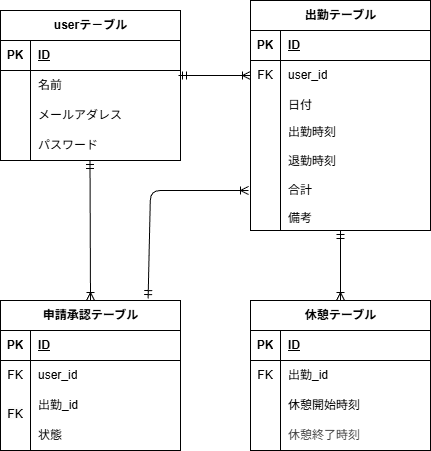
This is src/.drawio.png from mayu-ya/attendance-system, a draw.io export, as it was before one commit. Source tidied: cells renumbered, new cells last; positions are measured from the earlier drawing's top-left corner, leaving out a move shared by most shapes.
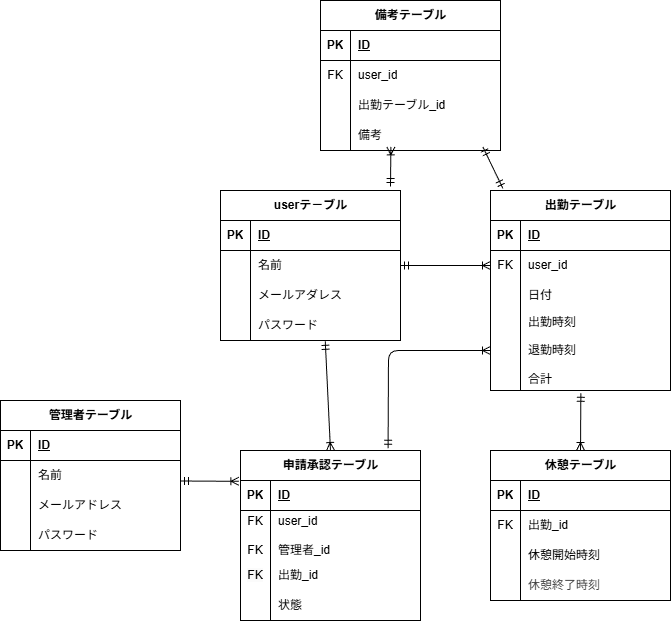
The same diagram one commit later.

Diff of the diagram source:
```diff
@@ -4,43 +4,4 @@
     <mxCell id="1" parent="0" />
-    <mxCell id="2" value="userテ－ブル" style="shape=table;startSize=30;rowLines=0;fontStyle=1;align=center;html=1;" parent="1" vertex="1">
-      <mxGeometry y="10" width="180" height="150" as="geometry" />
-    </mxCell>
-    <mxCell id="3" style="shape=tableRow;horizontal=0;startSize=0;swimlaneHead=0;swimlaneBody=0;fillColor=none;top=0;left=0;right=0;bottom=1;" parent="2" vertex="1">
-      <mxGeometry y="30" width="180" height="30" as="geometry" />
-    </mxCell>
-    <mxCell id="4" value="PK" style="shape=partialRectangle;fillColor=none;top=0;left=0;bottom=0;right=0;fontStyle=1;overflow=hidden;whiteSpace=wrap;html=1;" parent="3" vertex="1">
-      <mxGeometry width="30" height="30" as="geometry" />
-    </mxCell>
-    <mxCell id="5" value="ID" style="shape=partialRectangle;fillColor=none;top=0;left=0;bottom=0;right=0;align=left;spacingLeft=6;fontStyle=5;overflow=hidden;whiteSpace=wrap;html=1;" parent="3" vertex="1">
-      <mxGeometry x="30" width="150" height="30" as="geometry" />
-    </mxCell>
-    <mxCell id="6" style="shape=tableRow;horizontal=0;startSize=0;swimlaneHead=0;swimlaneBody=0;fillColor=none;top=0;left=0;right=0;bottom=0;" parent="2" vertex="1">
-      <mxGeometry y="60" width="180" height="30" as="geometry" />
-    </mxCell>
-    <mxCell id="7" style="shape=partialRectangle;fillColor=none;top=0;left=0;bottom=0;right=0;overflow=hidden;whiteSpace=wrap;html=1;" parent="6" vertex="1">
-      <mxGeometry width="30" height="30" as="geometry" />
-    </mxCell>
-    <mxCell id="8" value="名前" style="shape=partialRectangle;fillColor=none;top=0;left=0;bottom=0;right=0;align=left;spacingLeft=6;overflow=hidden;whiteSpace=wrap;html=1;" parent="6" vertex="1">
-      <mxGeometry x="30" width="150" height="30" as="geometry" />
-    </mxCell>
-    <mxCell id="9" style="shape=tableRow;horizontal=0;startSize=0;swimlaneHead=0;swimlaneBody=0;fillColor=none;top=0;left=0;right=0;bottom=0;" parent="2" vertex="1">
-      <mxGeometry y="90" width="180" height="30" as="geometry" />
-    </mxCell>
-    <mxCell id="10" style="shape=partialRectangle;fillColor=none;top=0;left=0;bottom=0;right=0;overflow=hidden;whiteSpace=wrap;html=1;" parent="9" vertex="1">
-      <mxGeometry width="30" height="30" as="geometry" />
-    </mxCell>
-    <mxCell id="11" value="メールアダレス" style="shape=partialRectangle;fillColor=none;top=0;left=0;bottom=0;right=0;align=left;spacingLeft=6;overflow=hidden;whiteSpace=wrap;html=1;" parent="9" vertex="1">
-      <mxGeometry x="30" width="150" height="30" as="geometry" />
-    </mxCell>
-    <mxCell id="12" style="shape=tableRow;horizontal=0;startSize=0;swimlaneHead=0;swimlaneBody=0;fillColor=none;points=[[0,0.5],[1,0.5]];portConstraint=eastwest;top=0;left=0;right=0;bottom=0;" parent="2" vertex="1">
-      <mxGeometry y="120" width="180" height="30" as="geometry" />
-    </mxCell>
-    <mxCell id="13" style="shape=partialRectangle;fillColor=none;top=0;left=0;bottom=0;right=0;overflow=hidden;whiteSpace=wrap;html=1;" parent="12" vertex="1">
-      <mxGeometry width="30" height="30" as="geometry" />
-    </mxCell>
-    <mxCell id="14" value="パスワード" style="shape=partialRectangle;fillColor=none;top=0;left=0;bottom=0;right=0;align=left;spacingLeft=6;overflow=hidden;whiteSpace=wrap;html=1;" parent="12" vertex="1">
-      <mxGeometry x="30" width="150" height="30" as="geometry" />
-    </mxCell>
     <mxCell id="15" value="出勤テーブル" style="shape=table;startSize=30;rowLines=0;fontStyle=1;align=center;html=1;" parent="1" vertex="1">
-      <mxGeometry x="250" width="180" height="230" as="geometry" />
+      <mxGeometry x="440" y="160" width="180" height="200" as="geometry" />
     </mxCell>
@@ -74,25 +35,18 @@
     <mxCell id="25" style="shape=tableRow;horizontal=0;startSize=0;swimlaneHead=0;swimlaneBody=0;fillColor=none;points=[[0,0.5],[1,0.5]];portConstraint=eastwest;top=0;left=0;right=0;bottom=0;" parent="15" vertex="1">
-      <mxGeometry y="120" width="180" height="110" as="geometry" />
+      <mxGeometry y="120" width="180" height="80" as="geometry" />
     </mxCell>
     <mxCell id="26" style="shape=partialRectangle;fillColor=none;top=0;left=0;bottom=0;right=0;overflow=hidden;whiteSpace=wrap;html=1;" parent="25" vertex="1">
-      <mxGeometry width="30" height="110" as="geometry" />
+      <mxGeometry width="30" height="80" as="geometry" />
     </mxCell>
-    <mxCell id="27" value="出勤時刻&lt;div&gt;&lt;br&gt;&lt;/div&gt;&lt;div&gt;退勤時刻&lt;/div&gt;&lt;div&gt;&lt;br&gt;&lt;/div&gt;&lt;div&gt;合計&lt;/div&gt;&lt;div&gt;&lt;br&gt;&lt;/div&gt;&lt;div&gt;備考&lt;/div&gt;" style="shape=partialRectangle;fillColor=none;top=0;left=0;bottom=0;right=0;align=left;spacingLeft=6;overflow=hidden;whiteSpace=wrap;html=1;" parent="25" vertex="1">
-      <mxGeometry x="30" width="150" height="110" as="geometry" />
+    <mxCell id="27" value="出勤時刻&lt;div&gt;&lt;br&gt;&lt;/div&gt;&lt;div&gt;退勤時刻&lt;/div&gt;&lt;div&gt;&lt;br&gt;&lt;/div&gt;&lt;div&gt;合計&lt;/div&gt;" style="shape=partialRectangle;fillColor=none;top=0;left=0;bottom=0;right=0;align=left;spacingLeft=6;overflow=hidden;whiteSpace=wrap;html=1;" parent="25" vertex="1">
+      <mxGeometry x="30" width="150" height="80" as="geometry" />
     </mxCell>
-    <mxCell id="28" style="fontSize=12;html=1;endArrow=ERoneToMany;startArrow=ERmandOne;entryX=0;entryY=0.5;entryDx=0;entryDy=0;" parent="1" edge="1" target="19">
-      <mxGeometry relative="1" as="geometry">
-        <mxPoint x="178" y="75" as="sourcePoint" />
-      </mxGeometry>
+    <mxCell id="28" style="fontSize=12;html=1;endArrow=ERoneToMany;startArrow=ERmandOne;entryX=0;entryY=0.5;entryDx=0;entryDy=0;" parent="1" edge="1" source="2" target="19">
+      <mxGeometry relative="1" as="geometry" />
     </mxCell>
-    <mxCell id="29" style="fontSize=12;html=1;endArrow=ERoneToMany;startArrow=ERmandOne;entryX=0.5;entryY=0;entryDx=0;entryDy=0;" parent="1" edge="1" target="43">
-      <mxGeometry relative="1" as="geometry">
-        <mxPoint x="340" y="230" as="sourcePoint" />
-        <Array as="points">
-          <mxPoint x="340" y="260" />
-        </Array>
-      </mxGeometry>
+    <mxCell id="29" style="fontSize=12;html=1;endArrow=ERoneToMany;startArrow=ERmandOne;entryX=0.5;entryY=0;entryDx=0;entryDy=0;exitX=0.502;exitY=1.035;exitDx=0;exitDy=0;exitPerimeter=0;" parent="1" edge="1" source="25" target="43">
+      <mxGeometry relative="1" as="geometry" />
     </mxCell>
     <mxCell id="30" value="申請承認テーブル" style="shape=table;startSize=30;rowLines=0;fontStyle=1;align=center;html=1;" parent="1" vertex="1">
-      <mxGeometry y="300" width="180" height="150" as="geometry" />
+      <mxGeometry x="190" y="420" width="180" height="170" as="geometry" />
     </mxCell>
@@ -108,14 +62,14 @@
     <mxCell id="34" style="shape=tableRow;horizontal=0;startSize=0;swimlaneHead=0;swimlaneBody=0;fillColor=none;top=0;left=0;right=0;bottom=0;" parent="30" vertex="1">
-      <mxGeometry y="60" width="180" height="30" as="geometry" />
+      <mxGeometry y="60" width="180" height="50" as="geometry" />
     </mxCell>
-    <mxCell id="35" value="&lt;span style=&quot;color: rgb(0, 0, 0);&quot;&gt;FK&lt;/span&gt;" style="shape=partialRectangle;fillColor=none;top=0;left=0;bottom=0;right=0;overflow=hidden;whiteSpace=wrap;html=1;" parent="34" vertex="1">
-      <mxGeometry width="30" height="30" as="geometry" />
+    <mxCell id="35" value="&lt;span style=&quot;color: rgb(0, 0, 0);&quot;&gt;FK&lt;/span&gt;&lt;div&gt;&lt;span style=&quot;color: rgb(0, 0, 0);&quot;&gt;&lt;br&gt;&lt;/span&gt;&lt;/div&gt;&lt;div&gt;&lt;span style=&quot;color: rgb(0, 0, 0);&quot;&gt;FK&lt;/span&gt;&lt;/div&gt;" style="shape=partialRectangle;fillColor=none;top=0;left=0;bottom=0;right=0;overflow=hidden;whiteSpace=wrap;html=1;" parent="34" vertex="1">
+      <mxGeometry width="30" height="50" as="geometry" />
     </mxCell>
-    <mxCell id="36" value="&lt;span style=&quot;color: rgb(0, 0, 0);&quot;&gt;user_id&lt;/span&gt;" style="shape=partialRectangle;fillColor=none;top=0;left=0;bottom=0;right=0;align=left;spacingLeft=6;overflow=hidden;whiteSpace=wrap;html=1;" parent="34" vertex="1">
-      <mxGeometry x="30" width="150" height="30" as="geometry" />
+    <mxCell id="36" value="&lt;span style=&quot;color: rgb(0, 0, 0);&quot;&gt;user_id&lt;/span&gt;&lt;div&gt;&lt;span style=&quot;color: rgb(0, 0, 0);&quot;&gt;&lt;br&gt;&lt;/span&gt;&lt;/div&gt;&lt;div&gt;&lt;span style=&quot;color: rgb(0, 0, 0);&quot;&gt;管理者_id&lt;/span&gt;&lt;/div&gt;" style="shape=partialRectangle;fillColor=none;top=0;left=0;bottom=0;right=0;align=left;spacingLeft=6;overflow=hidden;whiteSpace=wrap;html=1;" parent="34" vertex="1">
+      <mxGeometry x="30" width="150" height="50" as="geometry" />
     </mxCell>
     <mxCell id="37" style="shape=tableRow;horizontal=0;startSize=0;swimlaneHead=0;swimlaneBody=0;fillColor=none;top=0;left=0;right=0;bottom=0;" parent="30" vertex="1">
-      <mxGeometry y="90" width="180" height="30" as="geometry" />
+      <mxGeometry y="110" width="180" height="30" as="geometry" />
     </mxCell>
-    <mxCell id="38" value="&#10;&lt;span style=&quot;color: rgb(0, 0, 0); font-family: Helvetica; font-size: 12px; font-style: normal; font-variant-ligatures: normal; font-variant-caps: normal; font-weight: 400; letter-spacing: normal; orphans: 2; text-align: center; text-indent: 0px; text-transform: none; widows: 2; word-spacing: 0px; -webkit-text-stroke-width: 0px; white-space: normal; background-color: rgb(251, 251, 251); text-decoration-thickness: initial; text-decoration-style: initial; text-decoration-color: initial; display: inline !important; float: none;&quot;&gt;FK&lt;/span&gt;&#10;&#10;" style="shape=partialRectangle;fillColor=none;top=0;left=0;bottom=0;right=0;overflow=hidden;whiteSpace=wrap;html=1;" parent="37" vertex="1">
+    <mxCell id="38" value="&lt;span style=&quot;color: rgb(0, 0, 0); font-family: Helvetica; font-size: 12px; font-style: normal; font-variant-ligatures: normal; font-variant-caps: normal; font-weight: 400; letter-spacing: normal; orphans: 2; text-align: center; text-indent: 0px; text-transform: none; widows: 2; word-spacing: 0px; -webkit-text-stroke-width: 0px; white-space: normal; background-color: rgb(251, 251, 251); text-decoration-thickness: initial; text-decoration-style: initial; text-decoration-color: initial; float: none; display: inline !important;&quot;&gt;FK&lt;/span&gt;" style="shape=partialRectangle;fillColor=none;top=0;left=0;bottom=0;right=0;overflow=hidden;whiteSpace=wrap;html=1;" parent="37" vertex="1">
       <mxGeometry width="30" height="30" as="geometry" />
@@ -126,3 +80,3 @@
     <mxCell id="40" style="shape=tableRow;horizontal=0;startSize=0;swimlaneHead=0;swimlaneBody=0;fillColor=none;top=0;left=0;right=0;bottom=0;" parent="30" vertex="1">
-      <mxGeometry y="120" width="180" height="30" as="geometry" />
+      <mxGeometry y="140" width="180" height="30" as="geometry" />
     </mxCell>
@@ -135,3 +89,3 @@
     <mxCell id="43" value="&lt;span style=&quot;color: rgb(0, 0, 0);&quot;&gt;休憩テーブル&lt;/span&gt;" style="shape=table;startSize=30;rowLines=0;fontStyle=1;align=center;html=1;" parent="1" vertex="1">
-      <mxGeometry x="250" y="300" width="180" height="150" as="geometry" />
+      <mxGeometry x="440" y="420" width="180" height="150" as="geometry" />
     </mxCell>
@@ -173,12 +127,9 @@
     </mxCell>
-    <mxCell id="56" style="fontSize=12;html=1;endArrow=ERoneToMany;startArrow=ERmandOne;entryX=0.5;entryY=0;entryDx=0;entryDy=0;" parent="1" edge="1" target="30">
-      <mxGeometry relative="1" as="geometry">
-        <mxPoint x="89.5" y="160" as="sourcePoint" />
-      </mxGeometry>
+    <mxCell id="56" style="fontSize=12;html=1;endArrow=ERoneToMany;startArrow=ERmandOne;entryX=0.5;entryY=0;entryDx=0;entryDy=0;exitX=0.582;exitY=1.027;exitDx=0;exitDy=0;exitPerimeter=0;" parent="1" edge="1" source="12" target="30">
+      <mxGeometry relative="1" as="geometry" />
     </mxCell>
-    <mxCell id="57" style="fontSize=12;html=1;endArrow=ERoneToMany;startArrow=ERmandOne;exitX=0.82;exitY=-0.013;exitDx=0;exitDy=0;exitPerimeter=0;" parent="1" edge="1" source="30">
+    <mxCell id="57" style="fontSize=12;html=1;endArrow=ERoneToMany;startArrow=ERmandOne;exitX=0.82;exitY=-0.013;exitDx=0;exitDy=0;exitPerimeter=0;entryX=0;entryY=0.5;entryDx=0;entryDy=0;" parent="1" edge="1" source="30" target="25">
       <mxGeometry relative="1" as="geometry">
-        <mxPoint x="248" y="190" as="targetPoint" />
         <Array as="points">
-          <mxPoint x="150" y="190" />
+          <mxPoint x="338" y="320" />
         </Array>
@@ -186,2 +137,132 @@
     </mxCell>
+    <mxCell id="58" value="管理者テーブル" style="shape=table;startSize=30;rowLines=0;fontStyle=1;align=center;html=1;" parent="1" vertex="1">
+      <mxGeometry x="-50" y="370" width="180" height="150" as="geometry" />
+    </mxCell>
+    <mxCell id="59" style="shape=tableRow;horizontal=0;startSize=0;swimlaneHead=0;swimlaneBody=0;fillColor=none;top=0;left=0;right=0;bottom=1;" parent="58" vertex="1">
+      <mxGeometry y="30" width="180" height="30" as="geometry" />
+    </mxCell>
+    <mxCell id="60" value="PK" style="shape=partialRectangle;fillColor=none;top=0;left=0;bottom=0;right=0;fontStyle=1;overflow=hidden;whiteSpace=wrap;html=1;" parent="59" vertex="1">
+      <mxGeometry width="30" height="30" as="geometry" />
+    </mxCell>
+    <mxCell id="61" value="ID" style="shape=partialRectangle;fillColor=none;top=0;left=0;bottom=0;right=0;align=left;spacingLeft=6;fontStyle=5;overflow=hidden;whiteSpace=wrap;html=1;" parent="59" vertex="1">
+      <mxGeometry x="30" width="150" height="30" as="geometry" />
+    </mxCell>
+    <mxCell id="62" style="shape=tableRow;horizontal=0;startSize=0;swimlaneHead=0;swimlaneBody=0;fillColor=none;top=0;left=0;right=0;bottom=0;" parent="58" vertex="1">
+      <mxGeometry y="60" width="180" height="30" as="geometry" />
+    </mxCell>
+    <mxCell id="63" style="shape=partialRectangle;fillColor=none;top=0;left=0;bottom=0;right=0;overflow=hidden;whiteSpace=wrap;html=1;" parent="62" vertex="1">
+      <mxGeometry width="30" height="30" as="geometry" />
+    </mxCell>
+    <mxCell id="64" value="名前" style="shape=partialRectangle;fillColor=none;top=0;left=0;bottom=0;right=0;align=left;spacingLeft=6;overflow=hidden;whiteSpace=wrap;html=1;" parent="62" vertex="1">
+      <mxGeometry x="30" width="150" height="30" as="geometry" />
+    </mxCell>
+    <mxCell id="65" style="shape=tableRow;horizontal=0;startSize=0;swimlaneHead=0;swimlaneBody=0;fillColor=none;top=0;left=0;right=0;bottom=0;" parent="58" vertex="1">
+      <mxGeometry y="90" width="180" height="30" as="geometry" />
+    </mxCell>
+    <mxCell id="66" style="shape=partialRectangle;fillColor=none;top=0;left=0;bottom=0;right=0;overflow=hidden;whiteSpace=wrap;html=1;" parent="65" vertex="1">
+      <mxGeometry width="30" height="30" as="geometry" />
+    </mxCell>
+    <mxCell id="67" value="メールアドレス" style="shape=partialRectangle;fillColor=none;top=0;left=0;bottom=0;right=0;align=left;spacingLeft=6;overflow=hidden;whiteSpace=wrap;html=1;" parent="65" vertex="1">
+      <mxGeometry x="30" width="150" height="30" as="geometry" />
+    </mxCell>
+    <mxCell id="68" style="shape=tableRow;horizontal=0;startSize=0;swimlaneHead=0;swimlaneBody=0;fillColor=none;top=0;left=0;right=0;bottom=0;" parent="58" vertex="1">
+      <mxGeometry y="120" width="180" height="30" as="geometry" />
+    </mxCell>
+    <mxCell id="69" style="shape=partialRectangle;fillColor=none;top=0;left=0;bottom=0;right=0;overflow=hidden;whiteSpace=wrap;html=1;" parent="68" vertex="1">
+      <mxGeometry width="30" height="30" as="geometry" />
+    </mxCell>
+    <mxCell id="70" value="パスワード" style="shape=partialRectangle;fillColor=none;top=0;left=0;bottom=0;right=0;align=left;spacingLeft=6;overflow=hidden;whiteSpace=wrap;html=1;" parent="68" vertex="1">
+      <mxGeometry x="30" width="150" height="30" as="geometry" />
+    </mxCell>
+    <mxCell id="71" value="備考テーブル" style="shape=table;startSize=30;rowLines=0;fontStyle=1;align=center;html=1;" parent="1" vertex="1">
+      <mxGeometry x="270" y="-30" width="180" height="150" as="geometry" />
+    </mxCell>
+    <mxCell id="72" style="shape=tableRow;horizontal=0;startSize=0;swimlaneHead=0;swimlaneBody=0;fillColor=none;top=0;left=0;right=0;bottom=1;" parent="71" vertex="1">
+      <mxGeometry y="30" width="180" height="30" as="geometry" />
+    </mxCell>
+    <mxCell id="73" value="PK" style="shape=partialRectangle;fillColor=none;top=0;left=0;bottom=0;right=0;fontStyle=1;overflow=hidden;whiteSpace=wrap;html=1;" parent="72" vertex="1">
+      <mxGeometry width="30" height="30" as="geometry" />
+    </mxCell>
+    <mxCell id="74" value="ID" style="shape=partialRectangle;fillColor=none;top=0;left=0;bottom=0;right=0;align=left;spacingLeft=6;fontStyle=5;overflow=hidden;whiteSpace=wrap;html=1;" parent="72" vertex="1">
+      <mxGeometry x="30" width="150" height="30" as="geometry" />
+    </mxCell>
+    <mxCell id="75" style="shape=tableRow;horizontal=0;startSize=0;swimlaneHead=0;swimlaneBody=0;fillColor=none;top=0;left=0;right=0;bottom=0;" parent="71" vertex="1">
+      <mxGeometry y="60" width="180" height="30" as="geometry" />
+    </mxCell>
+    <mxCell id="76" value="FK" style="shape=partialRectangle;fillColor=none;top=0;left=0;bottom=0;right=0;overflow=hidden;whiteSpace=wrap;html=1;" parent="75" vertex="1">
+      <mxGeometry width="30" height="30" as="geometry" />
+    </mxCell>
+    <mxCell id="77" value="user_id" style="shape=partialRectangle;fillColor=none;top=0;left=0;bottom=0;right=0;align=left;spacingLeft=6;overflow=hidden;whiteSpace=wrap;html=1;" parent="75" vertex="1">
+      <mxGeometry x="30" width="150" height="30" as="geometry" />
+    </mxCell>
+    <mxCell id="78" style="shape=tableRow;horizontal=0;startSize=0;swimlaneHead=0;swimlaneBody=0;fillColor=none;top=0;left=0;right=0;bottom=0;" parent="71" vertex="1">
+      <mxGeometry y="90" width="180" height="30" as="geometry" />
+    </mxCell>
+    <mxCell id="79" style="shape=partialRectangle;fillColor=none;top=0;left=0;bottom=0;right=0;overflow=hidden;whiteSpace=wrap;html=1;" parent="78" vertex="1">
+      <mxGeometry width="30" height="30" as="geometry" />
+    </mxCell>
+    <mxCell id="80" value="出勤テーブル_id" style="shape=partialRectangle;fillColor=none;top=0;left=0;bottom=0;right=0;align=left;spacingLeft=6;overflow=hidden;whiteSpace=wrap;html=1;" parent="78" vertex="1">
+      <mxGeometry x="30" width="150" height="30" as="geometry" />
+    </mxCell>
+    <mxCell id="81" style="shape=tableRow;horizontal=0;startSize=0;swimlaneHead=0;swimlaneBody=0;fillColor=none;points=[[0,0.5],[1,0.5]];portConstraint=eastwest;top=0;left=0;right=0;bottom=0;" parent="71" vertex="1">
+      <mxGeometry y="120" width="180" height="30" as="geometry" />
+    </mxCell>
+    <mxCell id="82" style="shape=partialRectangle;fillColor=none;top=0;left=0;bottom=0;right=0;overflow=hidden;whiteSpace=wrap;html=1;" parent="81" vertex="1">
+      <mxGeometry width="30" height="30" as="geometry" />
+    </mxCell>
+    <mxCell id="83" value="備考" style="shape=partialRectangle;fillColor=none;top=0;left=0;bottom=0;right=0;align=left;spacingLeft=6;overflow=hidden;whiteSpace=wrap;html=1;" parent="81" vertex="1">
+      <mxGeometry x="30" width="150" height="30" as="geometry" />
+    </mxCell>
+    <mxCell id="84" style="fontSize=12;html=1;endArrow=ERoneToMany;startArrow=ERmandOne;entryX=0.391;entryY=0.88;entryDx=0;entryDy=0;entryPerimeter=0;" parent="1" edge="1" target="81">
+      <mxGeometry relative="1" as="geometry">
+        <mxPoint x="340" y="156" as="sourcePoint" />
+      </mxGeometry>
+    </mxCell>
+    <mxCell id="2" value="userテ－ブル" style="shape=table;startSize=30;rowLines=0;fontStyle=1;align=center;html=1;" parent="1" vertex="1">
+      <mxGeometry x="170" y="160" width="180" height="150" as="geometry" />
+    </mxCell>
+    <mxCell id="3" style="shape=tableRow;horizontal=0;startSize=0;swimlaneHead=0;swimlaneBody=0;fillColor=none;top=0;left=0;right=0;bottom=1;" parent="2" vertex="1">
+      <mxGeometry y="30" width="180" height="30" as="geometry" />
+    </mxCell>
+    <mxCell id="4" value="PK" style="shape=partialRectangle;fillColor=none;top=0;left=0;bottom=0;right=0;fontStyle=1;overflow=hidden;whiteSpace=wrap;html=1;" parent="3" vertex="1">
+      <mxGeometry width="30" height="30" as="geometry" />
+    </mxCell>
+    <mxCell id="5" value="ID" style="shape=partialRectangle;fillColor=none;top=0;left=0;bottom=0;right=0;align=left;spacingLeft=6;fontStyle=5;overflow=hidden;whiteSpace=wrap;html=1;" parent="3" vertex="1">
+      <mxGeometry x="30" width="150" height="30" as="geometry" />
+    </mxCell>
+    <mxCell id="6" style="shape=tableRow;horizontal=0;startSize=0;swimlaneHead=0;swimlaneBody=0;fillColor=none;top=0;left=0;right=0;bottom=0;" parent="2" vertex="1">
+      <mxGeometry y="60" width="180" height="30" as="geometry" />
+    </mxCell>
+    <mxCell id="7" style="shape=partialRectangle;fillColor=none;top=0;left=0;bottom=0;right=0;overflow=hidden;whiteSpace=wrap;html=1;" parent="6" vertex="1">
+      <mxGeometry width="30" height="30" as="geometry" />
+    </mxCell>
+    <mxCell id="8" value="名前" style="shape=partialRectangle;fillColor=none;top=0;left=0;bottom=0;right=0;align=left;spacingLeft=6;overflow=hidden;whiteSpace=wrap;html=1;" parent="6" vertex="1">
+      <mxGeometry x="30" width="150" height="30" as="geometry" />
+    </mxCell>
+    <mxCell id="9" style="shape=tableRow;horizontal=0;startSize=0;swimlaneHead=0;swimlaneBody=0;fillColor=none;top=0;left=0;right=0;bottom=0;" parent="2" vertex="1">
+      <mxGeometry y="90" width="180" height="30" as="geometry" />
+    </mxCell>
+    <mxCell id="10" style="shape=partialRectangle;fillColor=none;top=0;left=0;bottom=0;right=0;overflow=hidden;whiteSpace=wrap;html=1;" parent="9" vertex="1">
+      <mxGeometry width="30" height="30" as="geometry" />
+    </mxCell>
+    <mxCell id="11" value="メールアダレス" style="shape=partialRectangle;fillColor=none;top=0;left=0;bottom=0;right=0;align=left;spacingLeft=6;overflow=hidden;whiteSpace=wrap;html=1;" parent="9" vertex="1">
+      <mxGeometry x="30" width="150" height="30" as="geometry" />
+    </mxCell>
+    <mxCell id="12" style="shape=tableRow;horizontal=0;startSize=0;swimlaneHead=0;swimlaneBody=0;fillColor=none;points=[[0,0.5],[1,0.5]];portConstraint=eastwest;top=0;left=0;right=0;bottom=0;" parent="2" vertex="1">
+      <mxGeometry y="120" width="180" height="30" as="geometry" />
+    </mxCell>
+    <mxCell id="13" style="shape=partialRectangle;fillColor=none;top=0;left=0;bottom=0;right=0;overflow=hidden;whiteSpace=wrap;html=1;" parent="12" vertex="1">
+      <mxGeometry width="30" height="30" as="geometry" />
+    </mxCell>
+    <mxCell id="14" value="パスワード" style="shape=partialRectangle;fillColor=none;top=0;left=0;bottom=0;right=0;align=left;spacingLeft=6;overflow=hidden;whiteSpace=wrap;html=1;" parent="12" vertex="1">
+      <mxGeometry x="30" width="150" height="30" as="geometry" />
+    </mxCell>
+    <mxCell id="85" style="fontSize=12;html=1;endArrow=ERmandOne;startArrow=ERmandOne;entryX=0.902;entryY=0.88;entryDx=0;entryDy=0;entryPerimeter=0;exitX=0.069;exitY=-0.01;exitDx=0;exitDy=0;exitPerimeter=0;" parent="1" edge="1" source="15" target="81">
+      <mxGeometry relative="1" as="geometry" />
+    </mxCell>
+    <mxCell id="86" style="fontSize=12;html=1;endArrow=ERoneToMany;startArrow=ERmandOne;entryX=-0.009;entryY=0.027;entryDx=0;entryDy=0;exitX=0.582;exitY=1.027;exitDx=0;exitDy=0;exitPerimeter=0;entryPerimeter=0;" parent="1" edge="1" target="31">
+      <mxGeometry relative="1" as="geometry">
+        <mxPoint x="130" y="450.5" as="sourcePoint" />
+      </mxGeometry>
+    </mxCell>
   </root>
```
